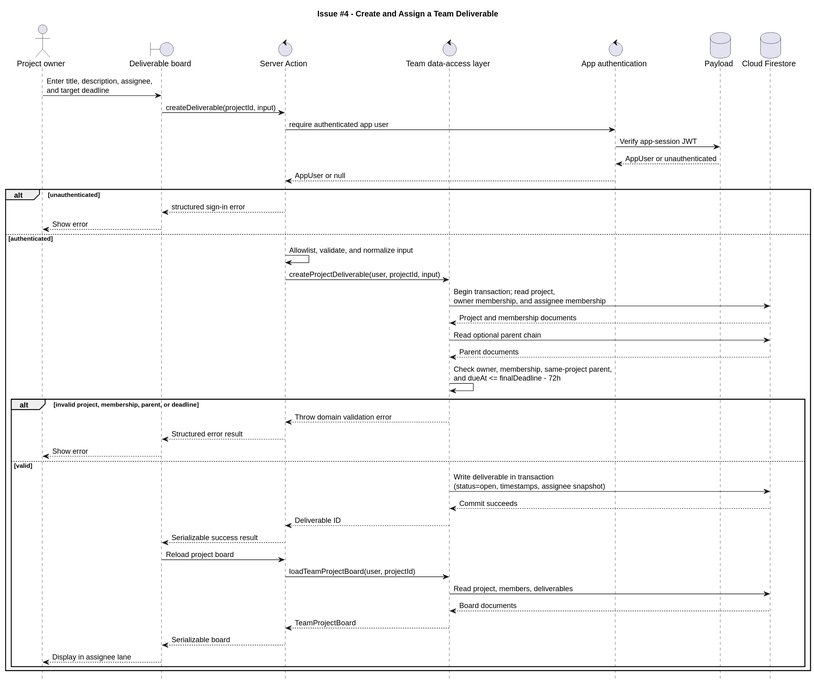
sai2005-1/AI-AssistedPlanningApp keeps this PlantUML diagram as docs/uml/team-deliverable-sequence.svg. Above is the earlier version. Its diagram source:
```plantuml
@startuml
title Issue #4 - Create and Assign a Team Deliverable
hide footbox
skinparam shadowing false

actor "Project owner" as Owner
boundary "Deliverable board" as UI
control "Server Action" as Action
control "Team data-access layer" as Store
control "App authentication" as Auth
database "Payload" as Payload
database "Cloud Firestore" as Firestore

Owner -> UI: Enter title, description, assignee,\nand target deadline
UI -> Action: createDeliverable(projectId, input)
Action -> Auth: require authenticated app user
Auth -> Payload: Verify app-session JWT
Payload --> Auth: AppUser or unauthenticated
Auth --> Action: AppUser or null

alt unauthenticated
  Action --> UI: structured sign-in error
  UI --> Owner: Show error
else authenticated
  Action -> Action: Allowlist, validate, and normalize input
  Action -> Store: createProjectDeliverable(user, projectId, input)
  Store -> Firestore: Begin transaction; read project,\nowner membership, and assignee membership
  Firestore --> Store: Project and membership documents
  Store -> Firestore: Read optional parent chain
  Firestore --> Store: Parent documents
  Store -> Store: Check owner, membership, same-project parent,\nand dueAt <= finalDeadline - 72h

  alt invalid project, membership, parent, or deadline
    Store --> Action: Throw domain validation error
    Action --> UI: Structured error result
    UI --> Owner: Show error
  else valid
    Store -> Firestore: Write deliverable in transaction\n(status=open, timestamps, assignee snapshot)
    Firestore --> Store: Commit succeeds
    Store --> Action: Deliverable ID
    Action --> UI: Serializable success result
    UI -> Action: Reload project board
    Action -> Store: loadTeamProjectBoard(user, projectId)
    Store -> Firestore: Read project, members, deliverables
    Firestore --> Store: Board documents
    Store --> Action: TeamProjectBoard
    Action --> UI: Serializable board
    UI --> Owner: Display in assignee lane
  end
end
@enduml
```
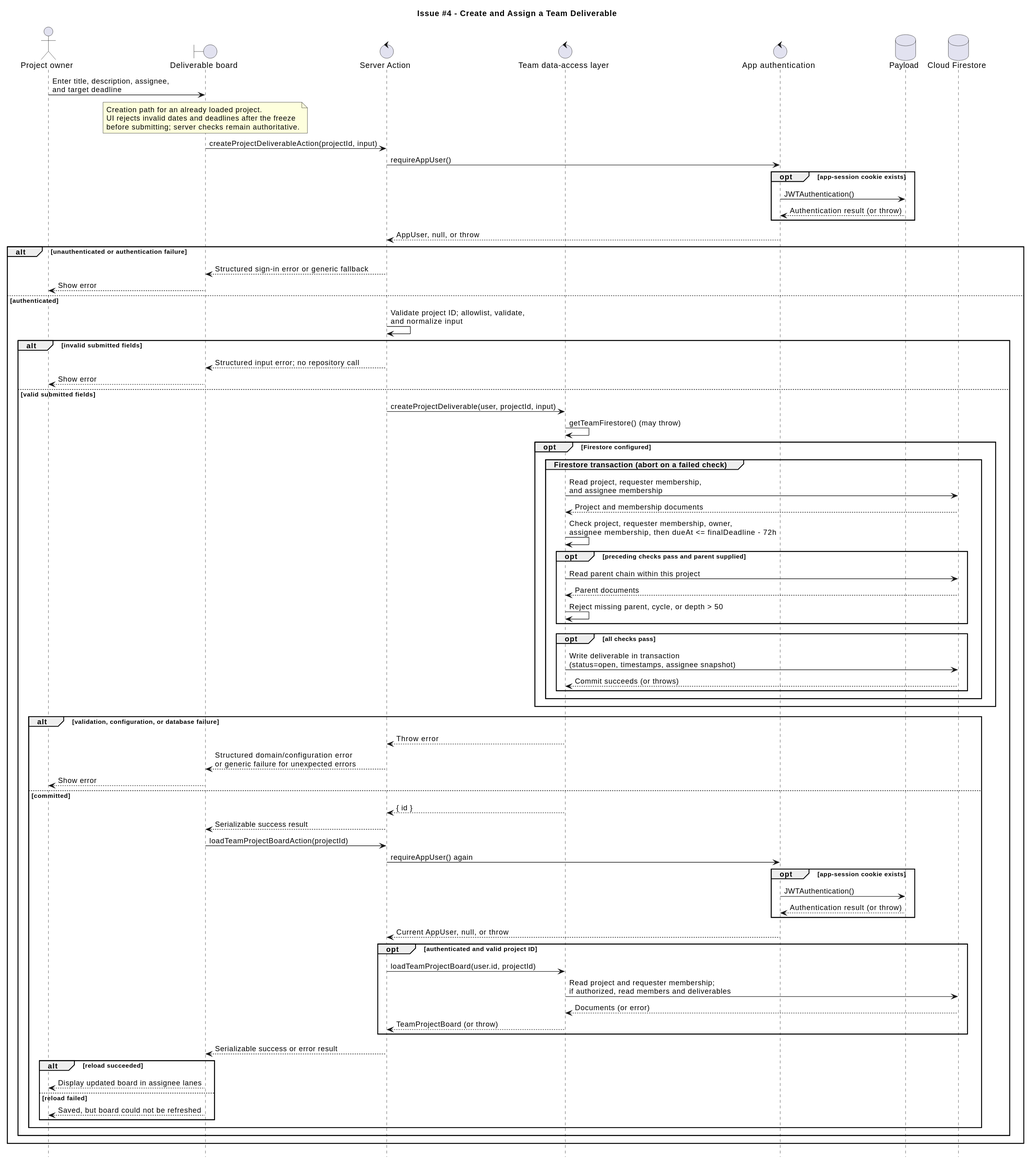
The same diagram one commit later.

Commit message:
docs(sprint2): correct UML diagrams and document design review

Change to the diagram source:
```diff
@@ -12,40 +12,75 @@
 database "Cloud Firestore" as Firestore
 
 Owner -> UI: Enter title, description, assignee,\nand target deadline
-UI -> Action: createDeliverable(projectId, input)
-Action -> Auth: require authenticated app user
-Auth -> Payload: Verify app-session JWT
-Payload --> Auth: AppUser or unauthenticated
-Auth --> Action: AppUser or null
+note over UI
+  Creation path for an already loaded project.
+  UI rejects invalid dates and deadlines after the freeze
+  before submitting; server checks remain authoritative.
+end note
+UI -> Action: createProjectDeliverableAction(projectId, input)
+Action -> Auth: requireAppUser()
+opt app-session cookie exists
+  Auth -> Payload: JWTAuthentication()
+  Payload --> Auth: Authentication result (or throw)
+end
+Auth --> Action: AppUser, null, or throw
 
-alt unauthenticated
-  Action --> UI: structured sign-in error
+alt unauthenticated or authentication failure
+  Action --> UI: Structured sign-in error or generic fallback
   UI --> Owner: Show error
 else authenticated
-  Action -> Action: Allowlist, validate, and normalize input
-  Action -> Store: createProjectDeliverable(user, projectId, input)
-  Store -> Firestore: Begin transaction; read project,\nowner membership, and assignee membership
-  Firestore --> Store: Project and membership documents
-  Store -> Firestore: Read optional parent chain
-  Firestore --> Store: Parent documents
-  Store -> Store: Check owner, membership, same-project parent,\nand dueAt <= finalDeadline - 72h
+  Action -> Action: Validate project ID; allowlist, validate,\nand normalize input
 
-  alt invalid project, membership, parent, or deadline
-    Store --> Action: Throw domain validation error
-    Action --> UI: Structured error result
+  alt invalid submitted fields
+    Action --> UI: Structured input error; no repository call
     UI --> Owner: Show error
-  else valid
-    Store -> Firestore: Write deliverable in transaction\n(status=open, timestamps, assignee snapshot)
-    Firestore --> Store: Commit succeeds
-    Store --> Action: Deliverable ID
-    Action --> UI: Serializable success result
-    UI -> Action: Reload project board
-    Action -> Store: loadTeamProjectBoard(user, projectId)
-    Store -> Firestore: Read project, members, deliverables
-    Firestore --> Store: Board documents
-    Store --> Action: TeamProjectBoard
-    Action --> UI: Serializable board
-    UI --> Owner: Display in assignee lane
+  else valid submitted fields
+    Action -> Store: createProjectDeliverable(user, projectId, input)
+    Store -> Store: getTeamFirestore() (may throw)
+    opt Firestore configured
+      group Firestore transaction (abort on a failed check)
+        Store -> Firestore: Read project, requester membership,\nand assignee membership
+        Firestore --> Store: Project and membership documents
+        Store -> Store: Check project, requester membership, owner,\nassignee membership, then dueAt <= finalDeadline - 72h
+        opt preceding checks pass and parent supplied
+          Store -> Firestore: Read parent chain within this project
+          Firestore --> Store: Parent documents
+          Store -> Store: Reject missing parent, cycle, or depth > 50
+        end
+        opt all checks pass
+          Store -> Firestore: Write deliverable in transaction\n(status=open, timestamps, assignee snapshot)
+          Firestore --> Store: Commit succeeds (or throws)
+        end
+      end
+    end
+
+    alt validation, configuration, or database failure
+      Store --> Action: Throw error
+      Action --> UI: Structured domain/configuration error\nor generic failure for unexpected errors
+      UI --> Owner: Show error
+    else committed
+      Store --> Action: { id }
+      Action --> UI: Serializable success result
+      UI -> Action: loadTeamProjectBoardAction(projectId)
+      Action -> Auth: requireAppUser() again
+      opt app-session cookie exists
+        Auth -> Payload: JWTAuthentication()
+        Payload --> Auth: Authentication result (or throw)
+      end
+      Auth --> Action: Current AppUser, null, or throw
+      opt authenticated and valid project ID
+        Action -> Store: loadTeamProjectBoard(user.id, projectId)
+        Store -> Firestore: Read project and requester membership;\nif authorized, read members and deliverables
+        Firestore --> Store: Documents (or error)
+        Store --> Action: TeamProjectBoard (or throw)
+      end
+      Action --> UI: Serializable success or error result
+      alt reload succeeded
+        UI --> Owner: Display updated board in assignee lanes
+      else reload failed
+        UI --> Owner: Saved, but board could not be refreshed
+      end
+    end
   end
 end
 @enduml
```
